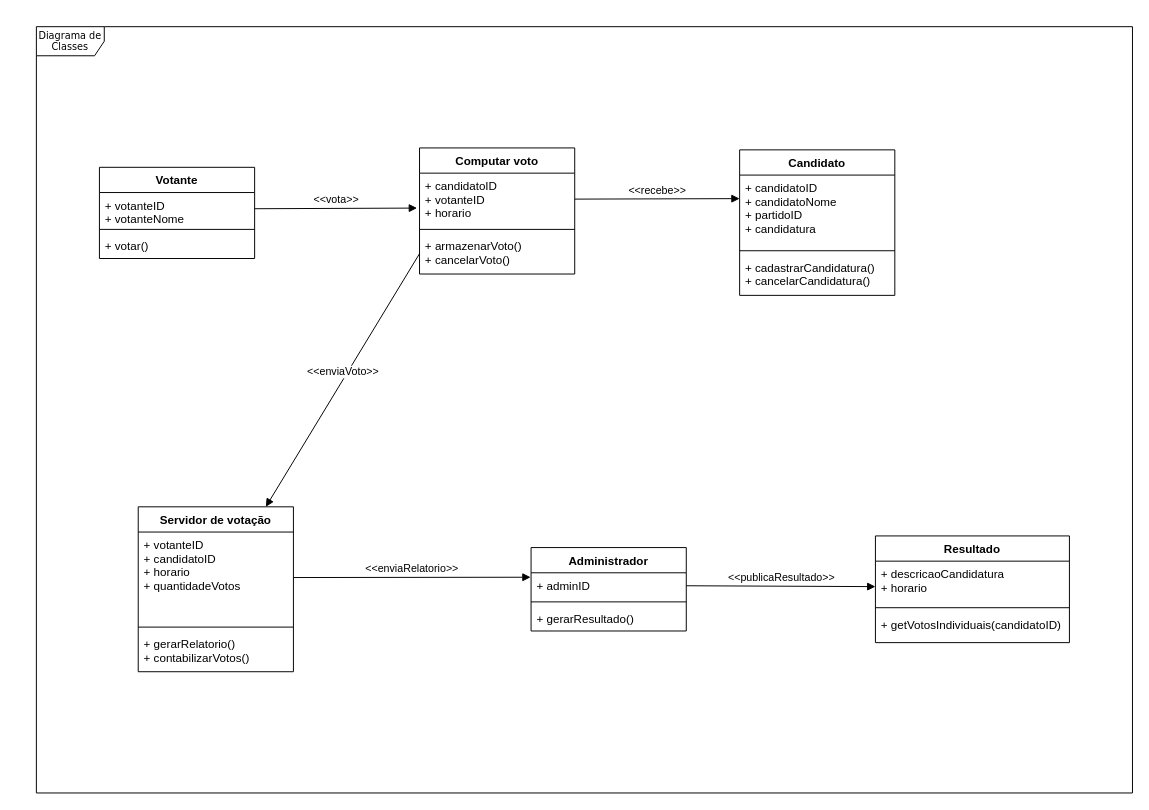
This is page "Page-1" (1 of 2) of Documentos/Diagramas de Classe/Diagrama de Classes.drawio from Jheickson/Urna, a draw.io file, before an edit. Source tidied: cells renumbered, new cells numbered last; positions are measured from the earlier drawing's top-left corner, leaving out a move shared by most shapes. Both pictures are drawn from the tidied source at 97%, with x=0, y=0 at pixel (36, 26).
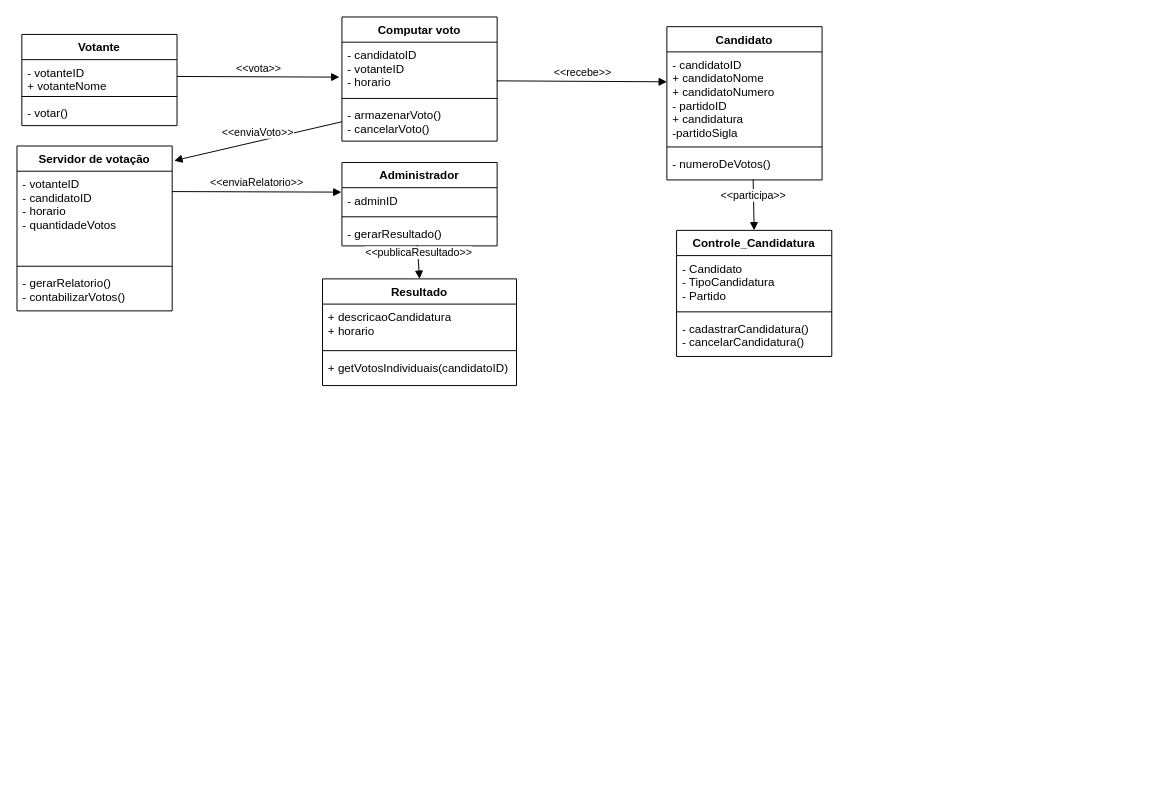
The same page after the edit.

Unchanged cells that the change refers to:
```xml
<mxCell id="20" value="+ descricaoCandidatura&#10;+ horario" style="text;strokeColor=none;fillColor=none;align=left;verticalAlign=top;spacingLeft=4;spacingRight=4;overflow=hidden;points=[[0,0.5],[1,0.5]];portConstraint=eastwest;" parent="19" vertex="1">
  <mxGeometry y="26" width="200" height="44" as="geometry" />
</mxCell>
```

Change to the diagram source:
```diff
@@
-    <mxCell id="2" value="Diagrama de Classes" style="shape=umlFrame;whiteSpace=wrap;html=1;rounded=0;shadow=0;comic=0;labelBackgroundColor=none;strokeWidth=1;fontFamily=Verdana;fontSize=10;align=center;width=70;height=30;" parent="1" vertex="1">
-      <mxGeometry width="1130" height="790" as="geometry" />
-    </mxCell>
     <mxCell id="3" value="Votante" style="swimlane;fontStyle=1;align=center;verticalAlign=top;horizontal=1;startSize=26;" parent="1" vertex="1">
-      <mxGeometry x="65" y="145" width="160" height="94" as="geometry" />
+      <mxGeometry x="-15" y="8" width="160" height="94" as="geometry" />
     </mxCell>
-    <mxCell id="4" value="+ votanteID&#10;+ votanteNome" style="text;strokeColor=none;fillColor=none;align=left;verticalAlign=top;spacingLeft=4;spacingRight=4;overflow=hidden;points=[[0,0.5],[1,0.5]];portConstraint=eastwest;" parent="3" vertex="1">
+    <mxCell id="4" value="- votanteID&#10;+ votanteNome" style="text;strokeColor=none;fillColor=none;align=left;verticalAlign=top;spacingLeft=4;spacingRight=4;overflow=hidden;points=[[0,0.5],[1,0.5]];portConstraint=eastwest;" parent="3" vertex="1">
       <mxGeometry y="26" width="160" height="34" as="geometry" />
     </mxCell>
@@
-    <mxCell id="6" value="+ votar()" style="text;strokeColor=none;fillColor=none;align=left;verticalAlign=top;spacingLeft=4;spacingRight=4;overflow=hidden;" parent="3" vertex="1">
+    <mxCell id="6" value="- votar()" style="text;strokeColor=none;fillColor=none;align=left;verticalAlign=top;spacingLeft=4;spacingRight=4;overflow=hidden;" parent="3" vertex="1">
       <mxGeometry y="68" width="160" height="26" as="geometry" />
     </mxCell>
     <mxCell id="7" value="Computar voto" style="swimlane;fontStyle=1;align=center;verticalAlign=top;horizontal=1;startSize=26;" parent="1" vertex="1">
-      <mxGeometry x="395" y="125" width="160" height="130" as="geometry" />
+      <mxGeometry x="315" y="-10" width="160" height="128" as="geometry" />
     </mxCell>
-    <mxCell id="8" value="+ candidatoID&#10;+ votanteID&#10;+ horario" style="text;strokeColor=none;fillColor=none;align=left;verticalAlign=top;spacingLeft=4;spacingRight=4;overflow=hidden;points=[[0,0.5],[1,0.5]];portConstraint=eastwest;" parent="7" vertex="1">
+    <mxCell id="8" value="- candidatoID&#10;- votanteID&#10;- horario" style="text;strokeColor=none;fillColor=none;align=left;verticalAlign=top;spacingLeft=4;spacingRight=4;overflow=hidden;points=[[0,0.5],[1,0.5]];portConstraint=eastwest;" parent="7" vertex="1">
       <mxGeometry y="26" width="160" height="54" as="geometry" />
     </mxCell>
@@
-    <mxCell id="10" value="+ armazenarVoto()&#10;+ cancelarVoto()" style="text;strokeColor=none;fillColor=none;align=left;verticalAlign=top;spacingLeft=4;spacingRight=4;overflow=hidden;points=[[0,0.5],[1,0.5]];portConstraint=eastwest;" parent="7" vertex="1">
-      <mxGeometry y="88" width="160" height="42" as="geometry" />
+    <mxCell id="10" value="- armazenarVoto()&#10;- cancelarVoto()" style="text;strokeColor=none;fillColor=none;align=left;verticalAlign=top;spacingLeft=4;spacingRight=4;overflow=hidden;points=[[0,0.5],[1,0.5]];portConstraint=eastwest;" parent="7" vertex="1">
+      <mxGeometry y="88" width="160" height="40" as="geometry" />
     </mxCell>
     <mxCell id="11" value="Candidato" style="swimlane;fontStyle=1;align=center;verticalAlign=top;horizontal=1;startSize=26;" parent="1" vertex="1">
-      <mxGeometry x="725" y="127" width="160" height="150" as="geometry" />
+      <mxGeometry x="650" width="160" height="158" as="geometry" />
     </mxCell>
-    <mxCell id="12" value="+ candidatoID&#10;+ candidatoNome&#10;+ partidoID&#10;+ candidatura" style="text;strokeColor=none;fillColor=none;align=left;verticalAlign=top;spacingLeft=4;spacingRight=4;overflow=hidden;points=[[0,0.5],[1,0.5]];portConstraint=eastwest;" parent="11" vertex="1">
-      <mxGeometry y="26" width="160" height="74" as="geometry" />
+    <mxCell id="12" value="- candidatoID&#10;+ candidatoNome&#10;+ candidatoNumero&#10;- partidoID&#10;+ candidatura&#10;-partidoSigla&#10;" style="text;strokeColor=none;fillColor=none;align=left;verticalAlign=top;spacingLeft=4;spacingRight=4;overflow=hidden;points=[[0,0.5],[1,0.5]];portConstraint=eastwest;" parent="11" vertex="1">
+      <mxGeometry y="26" width="160" height="94" as="geometry" />
     </mxCell>
     <mxCell id="13" style="line;strokeWidth=1;fillColor=none;align=left;verticalAlign=middle;spacingTop=-1;spacingLeft=3;spacingRight=3;labelPosition=right;strokeColor=inherit;" parent="11" vertex="1">
-      <mxGeometry y="100" width="160" height="8" as="geometry" />
+      <mxGeometry y="120" width="160" height="8" as="geometry" />
     </mxCell>
-    <mxCell id="14" value="+ cadastrarCandidatura()&#10;+ cancelarCandidatura()" style="text;strokeColor=none;fillColor=none;align=left;verticalAlign=top;spacingLeft=4;spacingRight=4;overflow=hidden;points=[[0,0.5],[1,0.5]];portConstraint=eastwest;" parent="11" vertex="1">
-      <mxGeometry y="108" width="160" height="42" as="geometry" />
+    <mxCell id="14" value="- numeroDeVotos()" style="text;strokeColor=none;fillColor=none;align=left;verticalAlign=top;spacingLeft=4;spacingRight=4;overflow=hidden;points=[[0,0.5],[1,0.5]];portConstraint=eastwest;" parent="11" vertex="1">
+      <mxGeometry y="128" width="160" height="30" as="geometry" />
     </mxCell>
     <mxCell id="15" value="Servidor de votação" style="swimlane;fontStyle=1;align=center;verticalAlign=top;horizontal=1;startSize=26;" parent="1" vertex="1">
-      <mxGeometry x="105" y="495" width="160" height="170" as="geometry" />
+      <mxGeometry x="-20" y="123" width="160" height="170" as="geometry" />
     </mxCell>
-    <mxCell id="16" value="+ votanteID&#10;+ candidatoID&#10;+ horario&#10;+ quantidadeVotos" style="text;strokeColor=none;fillColor=none;align=left;verticalAlign=top;spacingLeft=4;spacingRight=4;overflow=hidden;points=[[0,0.5],[1,0.5]];portConstraint=eastwest;" parent="15" vertex="1">
+    <mxCell id="16" value="- votanteID&#10;- candidatoID&#10;- horario&#10;- quantidadeVotos" style="text;strokeColor=none;fillColor=none;align=left;verticalAlign=top;spacingLeft=4;spacingRight=4;overflow=hidden;points=[[0,0.5],[1,0.5]];portConstraint=eastwest;" parent="15" vertex="1">
       <mxGeometry y="26" width="160" height="94" as="geometry" />
     </mxCell>
@@
-    <mxCell id="18" value="+ gerarRelatorio()&#10;+ contabilizarVotos()" style="text;strokeColor=none;fillColor=none;align=left;verticalAlign=top;spacingLeft=4;spacingRight=4;overflow=hidden;" parent="15" vertex="1">
+    <mxCell id="18" value="- gerarRelatorio()&#10;- contabilizarVotos()" style="text;strokeColor=none;fillColor=none;align=left;verticalAlign=top;spacingLeft=4;spacingRight=4;overflow=hidden;" parent="15" vertex="1">
       <mxGeometry y="128" width="160" height="42" as="geometry" />
     </mxCell>
     <mxCell id="19" value="Resultado" style="swimlane;fontStyle=1;align=center;verticalAlign=top;horizontal=1;startSize=26;" parent="1" vertex="1">
-      <mxGeometry x="865" y="525" width="200" height="110" as="geometry" />
+      <mxGeometry x="295" y="260" width="200" height="110" as="geometry" />
     </mxCell>
@@
     <mxCell id="23" value="Administrador" style="swimlane;fontStyle=1;align=center;verticalAlign=top;horizontal=1;startSize=26;" parent="1" vertex="1">
-      <mxGeometry x="510" y="537" width="160" height="86" as="geometry" />
+      <mxGeometry x="315" y="140" width="160" height="86" as="geometry" />
     </mxCell>
-    <mxCell id="24" value="+ adminID" style="text;strokeColor=none;fillColor=none;align=left;verticalAlign=top;spacingLeft=4;spacingRight=4;overflow=hidden;points=[[0,0.5],[1,0.5]];portConstraint=eastwest;" parent="23" vertex="1">
+    <mxCell id="24" value="- adminID" style="text;strokeColor=none;fillColor=none;align=left;verticalAlign=top;spacingLeft=4;spacingRight=4;overflow=hidden;points=[[0,0.5],[1,0.5]];portConstraint=eastwest;" parent="23" vertex="1">
       <mxGeometry y="26" width="160" height="26" as="geometry" />
     </mxCell>
@@
-    <mxCell id="26" value="+ gerarResultado()" style="text;strokeColor=none;fillColor=none;align=left;verticalAlign=top;spacingLeft=4;spacingRight=4;overflow=hidden;points=[[0,0.5],[1,0.5]];portConstraint=eastwest;" parent="23" vertex="1">
+    <mxCell id="26" value="- gerarResultado()" style="text;strokeColor=none;fillColor=none;align=left;verticalAlign=top;spacingLeft=4;spacingRight=4;overflow=hidden;points=[[0,0.5],[1,0.5]];portConstraint=eastwest;" parent="23" vertex="1">
       <mxGeometry y="60" width="160" height="26" as="geometry" />
     </mxCell>
-    <mxCell id="27" value="&amp;lt;&amp;lt;enviaRelatorio&amp;gt;&amp;gt;" style="html=1;verticalAlign=bottom;endArrow=block;rounded=0;comic=0;entryX=-0.003;entryY=0.176;entryDx=0;entryDy=0;entryPerimeter=0;" parent="1" edge="1" source="16" target="24">
-      <mxGeometry relative="1" as="geometry" />
+    <mxCell id="27" value="&amp;lt;&amp;lt;enviaRelatorio&amp;gt;&amp;gt;" style="html=1;verticalAlign=bottom;endArrow=block;rounded=0;comic=0;entryX=-0.003;entryY=0.176;entryDx=0;entryDy=0;entryPerimeter=0;" parent="1" edge="1" target="24">
+      <mxGeometry relative="1" as="geometry">
+        <mxPoint x="140" y="170" as="sourcePoint" />
+      </mxGeometry>
     </mxCell>
-    <mxCell id="28" value="&amp;lt;&amp;lt;publicaResultado&amp;gt;&amp;gt;" style="html=1;verticalAlign=bottom;endArrow=block;rounded=0;comic=0;entryX=0;entryY=0.597;entryDx=0;entryDy=0;entryPerimeter=0;" parent="1" edge="1" source="24" target="20">
+    <mxCell id="28" value="&amp;lt;&amp;lt;publicaResultado&amp;gt;&amp;gt;" style="html=1;verticalAlign=bottom;endArrow=block;rounded=0;comic=0;entryX=0.5;entryY=0;entryDx=0;entryDy=0;exitX=0.486;exitY=0.972;exitDx=0;exitDy=0;exitPerimeter=0;" parent="1" edge="1" source="26" target="19">
       <mxGeometry relative="1" as="geometry" />
     </mxCell>
-    <mxCell id="29" value="&amp;lt;&amp;lt;enviaVoto&amp;gt;&amp;gt;" style="html=1;verticalAlign=bottom;endArrow=block;rounded=0;comic=0;exitX=0;exitY=0.5;exitDx=0;exitDy=0;" parent="1" edge="1" source="10" target="15">
+    <mxCell id="29" value="&amp;lt;&amp;lt;enviaVoto&amp;gt;&amp;gt;" style="html=1;verticalAlign=bottom;endArrow=block;rounded=0;comic=0;exitX=0;exitY=0.5;exitDx=0;exitDy=0;entryX=1.013;entryY=0.089;entryDx=0;entryDy=0;entryPerimeter=0;" parent="1" edge="1" source="10" target="15">
       <mxGeometry relative="1" as="geometry" />
     </mxCell>
@@
-    <mxCell id="31" value="&amp;lt;&amp;lt;recebe&amp;gt;&amp;gt;" style="html=1;verticalAlign=bottom;endArrow=block;rounded=0;comic=0;entryX=0;entryY=0.328;entryDx=0;entryDy=0;entryPerimeter=0;" parent="1" edge="1" source="8" target="12">
+    <mxCell id="31" value="&amp;lt;&amp;lt;recebe&amp;gt;&amp;gt;" style="html=1;verticalAlign=bottom;endArrow=block;rounded=0;comic=0;entryX=0;entryY=0.328;entryDx=0;entryDy=0;entryPerimeter=0;exitX=0.998;exitY=0.738;exitDx=0;exitDy=0;exitPerimeter=0;" parent="1" edge="1" source="8" target="12">
       <mxGeometry relative="1" as="geometry" />
     </mxCell>
+    <mxCell id="32" value="Controle_Candidatura" style="swimlane;fontStyle=1;align=center;verticalAlign=top;horizontal=1;startSize=26;" parent="1" vertex="1">
+      <mxGeometry x="660" y="210" width="160" height="130" as="geometry" />
+    </mxCell>
+    <mxCell id="33" value="- Candidato&#10;- TipoCandidatura&#10;- Partido" style="text;strokeColor=none;fillColor=none;align=left;verticalAlign=top;spacingLeft=4;spacingRight=4;overflow=hidden;" parent="32" vertex="1">
+      <mxGeometry y="26" width="160" height="54" as="geometry" />
+    </mxCell>
+    <mxCell id="34" style="line;strokeWidth=1;fillColor=none;align=left;verticalAlign=middle;spacingTop=-1;spacingLeft=3;spacingRight=3;labelPosition=right;strokeColor=inherit;" parent="32" vertex="1">
+      <mxGeometry y="80" width="160" height="8" as="geometry" />
+    </mxCell>
+    <mxCell id="35" value="- cadastrarCandidatura()&#10;- cancelarCandidatura()" style="text;strokeColor=none;fillColor=none;align=left;verticalAlign=top;spacingLeft=4;spacingRight=4;overflow=hidden;" parent="32" vertex="1">
+      <mxGeometry y="88" width="160" height="42" as="geometry" />
+    </mxCell>
+    <mxCell id="36" value="&amp;lt;&amp;lt;participa&amp;gt;&amp;gt;" style="html=1;verticalAlign=bottom;endArrow=block;rounded=0;comic=0;entryX=0.5;entryY=0;entryDx=0;entryDy=0;exitX=0.556;exitY=0.982;exitDx=0;exitDy=0;exitPerimeter=0;" parent="1" edge="1" source="14" target="32">
+      <mxGeometry relative="1" as="geometry" />
+    </mxCell>
```
